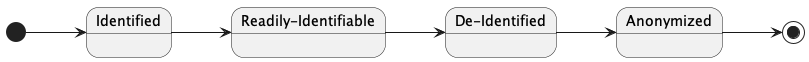
IHE/ITI.DeIdHandbook keeps this PlantUML diagram as input/images/identifiability-levels.png. Above is the earlier version. Source of this version:
```plantuml
@startuml
left to right direction

[*] --> Identified
state "Identified" as Identified
state "Readily-Identifiable" as Identifiable
state "De-Identified" as DeIdentified
state "Anonymized" as Anonymized

Identified --> Identifiable
Identifiable --> DeIdentified
DeIdentified --> Anonymized
Anonymized --> [*]

@enduml
```
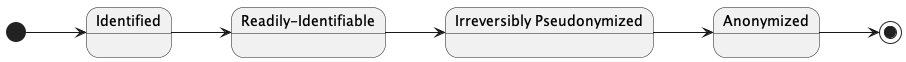
The same file after the commit.

Commit message:
replaced the term "de-identified" with "Irreversibly Pseudonymized"

The edit, as a diff of the source:
```diff
@@ -4,7 +4,7 @@
 [*] --> Identified
 state "Identified" as Identified
 state "Readily-Identifiable" as Identifiable
-state "De-Identified" as DeIdentified
+state "Irreversibly Pseudonymized" as DeIdentified
 state "Anonymized" as Anonymized
 
 Identified --> Identifiable
```
